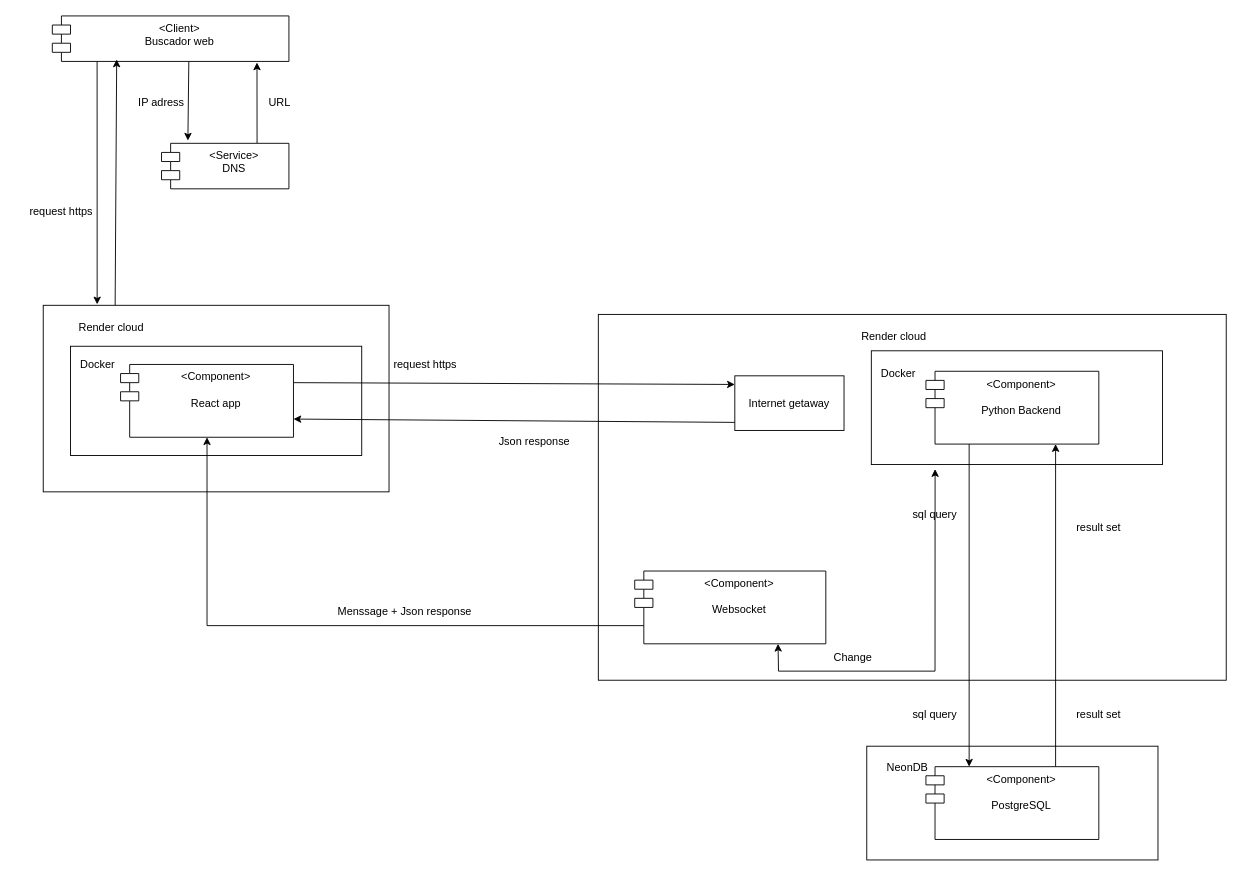
Earlier version of the draw.io diagram Documentacion/Diagramas/XML/diagrama-arquitectura.drawio.xml (DanielBeltranl/proyecto-de-titulo). Source tidied: cells renumbered, new cells numbered last; positions are measured from the earlier drawing's top-left corner, leaving out a move shared by most shapes. Both pictures are drawn from the tidied source at 91%, with x=0, y=0 at pixel (15, 15).
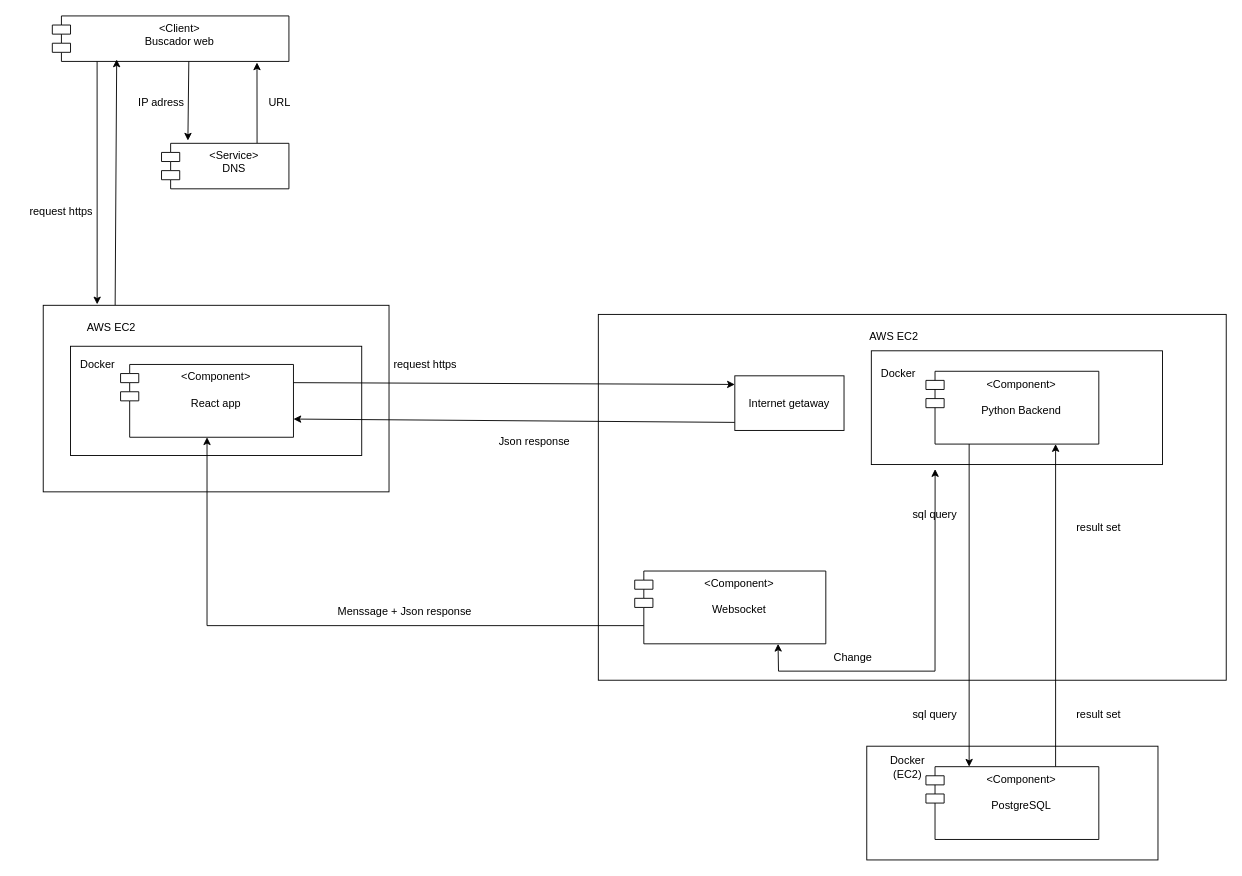
The same diagram, later.

The edit, as a diff of the source:
```diff
@@
-    <mxCell id="8" value="Render cloud" style="text;html=1;whiteSpace=wrap;strokeColor=none;fillColor=none;align=center;verticalAlign=middle;rounded=0;" parent="1" vertex="1">
+    <mxCell id="8" value="AWS EC2" style="text;html=1;whiteSpace=wrap;strokeColor=none;fillColor=none;align=center;verticalAlign=middle;rounded=0;" parent="1" vertex="1">
       <mxGeometry x="900" y="338" width="130" height="30" as="geometry" />
     </mxCell>
@@
-    <mxCell id="11" value="Render cloud" style="text;html=1;whiteSpace=wrap;strokeColor=none;fillColor=none;align=center;verticalAlign=middle;rounded=0;" parent="1" vertex="1">
+    <mxCell id="11" value="AWS EC2" style="text;html=1;whiteSpace=wrap;strokeColor=none;fillColor=none;align=center;verticalAlign=middle;rounded=0;" parent="1" vertex="1">
       <mxGeometry x="40" y="328" width="130" height="30" as="geometry" />
     </mxCell>
@@
-    <mxCell id="13" value="NeonDB" style="text;html=1;whiteSpace=wrap;strokeColor=none;fillColor=none;align=center;verticalAlign=middle;rounded=0;" parent="1" vertex="1">
+    <mxCell id="13" value="Docker (EC2)" style="text;html=1;whiteSpace=wrap;strokeColor=none;fillColor=none;align=center;verticalAlign=middle;rounded=0;" parent="1" vertex="1">
       <mxGeometry x="950" y="810.5" width="60" height="30" as="geometry" />
     </mxCell>
```
